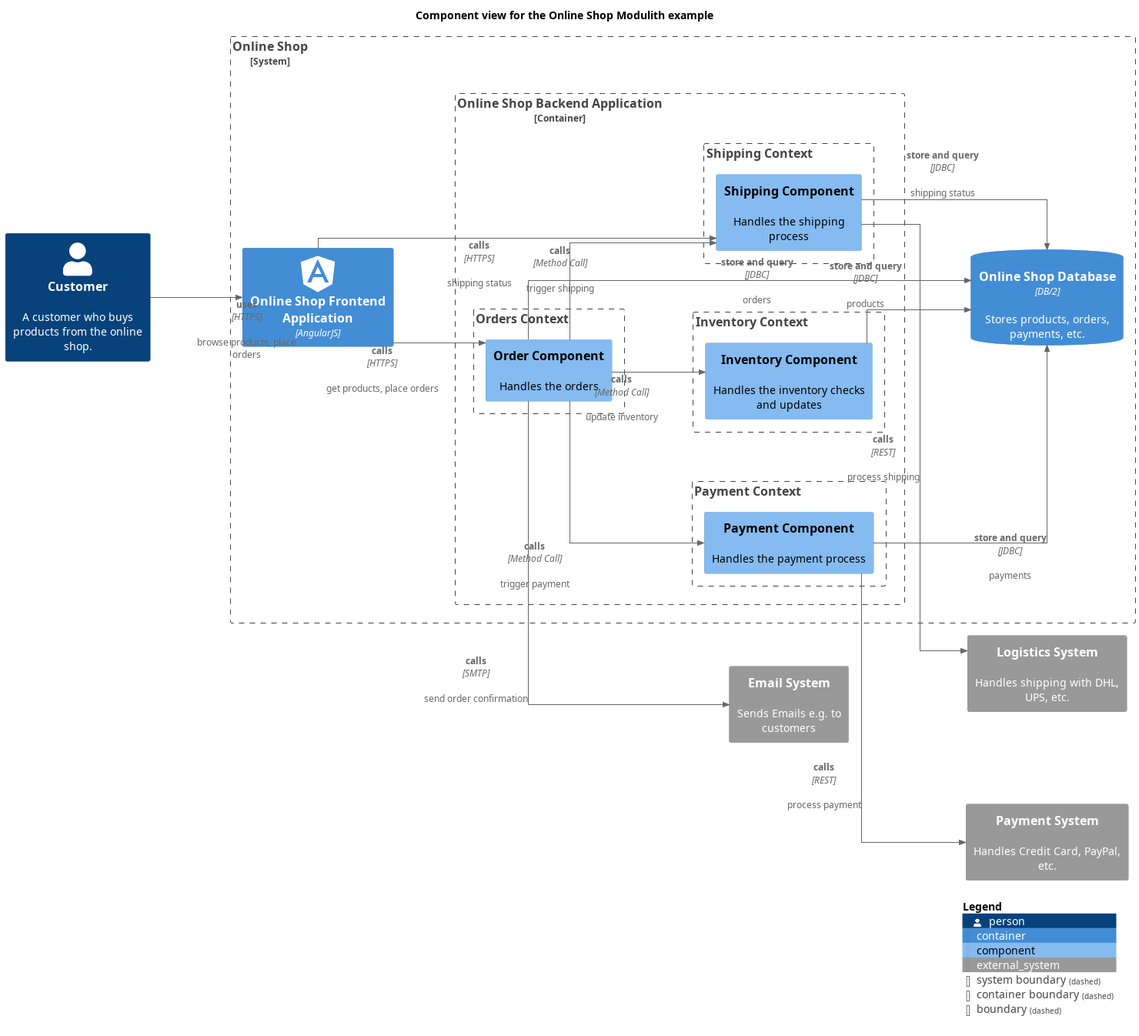
Earlier version of the PlantUML export docs/software-development/architecture/example/modulith/component-view.png (lsolbach/overarch-models). Source of this version:
```plantuml
@startuml component-view
!include <C4/C4_Component.puml>
!include <awslib14/AWSCommon>
!include <awslib14/AWSC4Integration>
!include <azure/AzureCommon>
!include <azure/AzureC4Integration>
!include <tupadr3/common>
!include <tupadr3/devicons2/angularjs>


LAYOUT_LEFT_RIGHT()
skinparam linetype ortho


skinparam nodesep 120
skinparam ranksep 120
title Component view for the Online Shop Modulith example
System_Ext(softwareDevelopment_architecture_example_modulith_emailSystem, "Email System", $descr="Sends Emails e.g. to customers")
System_Boundary(softwareDevelopment_architecture_example_modulith_onlineShopSystem, "Online Shop") {
  Container(softwareDevelopment_architecture_example_modulith_onlineShopFrontend, "Online Shop Frontend Application", $techn="AngularJS", $sprite="angularjs")
  Container_Boundary(softwareDevelopment_architecture_example_modulith_onlineShopBackend, "Online Shop Backend Application") {
    Boundary(softwareDevelopment_architecture_example_modulith_inventory, "Inventory Context") {
      Component(softwareDevelopment_architecture_example_modulith_inventoryComponent, "Inventory Component", $descr="Handles the inventory checks and updates")
    }
    Boundary(softwareDevelopment_architecture_example_modulith_payment, "Payment Context") {
      Component(softwareDevelopment_architecture_example_modulith_paymentComponent, "Payment Component", $descr="Handles the payment process")
    }
    Boundary(softwareDevelopment_architecture_example_modulith_orders, "Orders Context") {
      Component(softwareDevelopment_architecture_example_modulith_orderComponent, "Order Component", $descr="Handles the orders")
    }
    Boundary(softwareDevelopment_architecture_example_modulith_shipping, "Shipping Context") {
      Component(softwareDevelopment_architecture_example_modulith_shippingComponent, "Shipping Component", $descr="Handles the shipping process")
    }
  }
  ContainerDb(softwareDevelopment_architecture_example_modulith_onlineShopDb, "Online Shop Database", $descr="Stores products, orders, payments, etc.", $techn="DB/2")
}
Person(softwareDevelopment_architecture_example_modulith_customer, "Customer", $descr="A customer who buys products from the online shop.")
System_Ext(softwareDevelopment_architecture_example_modulith_logisticsSystem, "Logistics System", $descr="Handles shipping with DHL, UPS, etc.")
System_Ext(softwareDevelopment_architecture_example_modulith_paymentSystem, "Payment System", $descr="Handles Credit Card, PayPal, etc.")
Rel(softwareDevelopment_architecture_example_modulith_orderComponent, softwareDevelopment_architecture_example_modulith_shippingComponent, "calls", $descr="trigger shipping", $techn="Method Call")
Rel(softwareDevelopment_architecture_example_modulith_shippingComponent, softwareDevelopment_architecture_example_modulith_logisticsSystem, "calls", $descr="process shipping", $techn="REST")
Rel(softwareDevelopment_architecture_example_modulith_orderComponent, softwareDevelopment_architecture_example_modulith_inventoryComponent, "calls", $descr="update inventory", $techn="Method Call")
Rel(softwareDevelopment_architecture_example_modulith_inventoryComponent, softwareDevelopment_architecture_example_modulith_onlineShopDb, "store and query", $descr="products", $techn="JDBC")
Rel(softwareDevelopment_architecture_example_modulith_paymentComponent, softwareDevelopment_architecture_example_modulith_onlineShopDb, "store and query", $descr="payments", $techn="JDBC")
Rel(softwareDevelopment_architecture_example_modulith_customer, softwareDevelopment_architecture_example_modulith_onlineShopFrontend, "uses", $descr="browse products, place orders", $techn="HTTPS")
Rel(softwareDevelopment_architecture_example_modulith_orderComponent, softwareDevelopment_architecture_example_modulith_paymentComponent, "calls", $descr="trigger payment", $techn="Method Call")
Rel(softwareDevelopment_architecture_example_modulith_orderComponent, softwareDevelopment_architecture_example_modulith_onlineShopDb, "store and query", $descr="orders", $techn="JDBC")
Rel(softwareDevelopment_architecture_example_modulith_paymentComponent, softwareDevelopment_architecture_example_modulith_paymentSystem, "calls", $descr="process payment", $techn="REST")
Rel(softwareDevelopment_architecture_example_modulith_onlineShopFrontend, softwareDevelopment_architecture_example_modulith_shippingComponent, "calls", $descr="shipping status", $techn="HTTPS")
Rel(softwareDevelopment_architecture_example_modulith_shippingComponent, softwareDevelopment_architecture_example_modulith_onlineShopDb, "store and query", $descr="shipping status", $techn="JDBC")
Rel(softwareDevelopment_architecture_example_modulith_orderComponent, softwareDevelopment_architecture_example_modulith_emailSystem, "calls", $descr="send order confirmation", $techn="SMTP")
Rel(softwareDevelopment_architecture_example_modulith_onlineShopFrontend, softwareDevelopment_architecture_example_modulith_orderComponent, "calls", $descr="get products, place orders", $techn="HTTPS")
SHOW_LEGEND()
@enduml
```
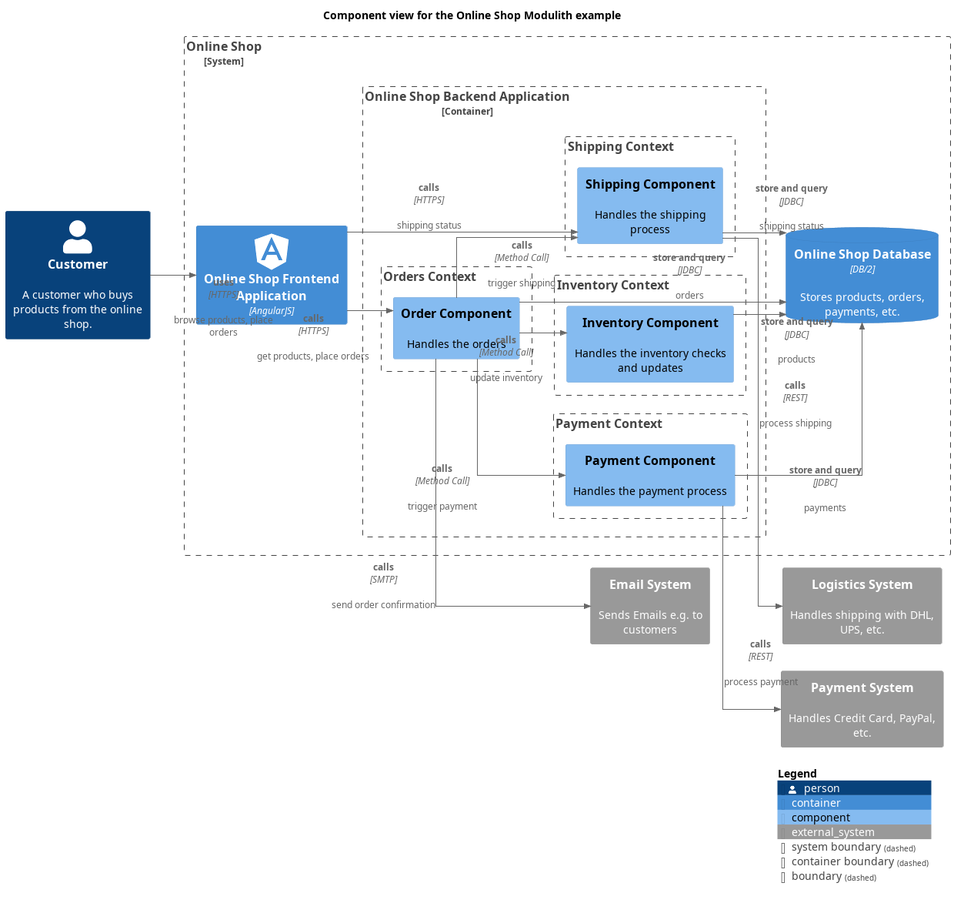
After the change.

The edit, as a diff of the source:
```diff
@@ -12,8 +12,7 @@
 skinparam linetype ortho
 
 
-skinparam nodesep 120
-skinparam ranksep 120
+
 title Component view for the Online Shop Modulith example
 System_Ext(softwareDevelopment_architecture_example_modulith_emailSystem, "Email System", $descr="Sends Emails e.g. to customers")
 System_Boundary(softwareDevelopment_architecture_example_modulith_onlineShopSystem, "Online Shop") {
@@ -37,18 +36,18 @@
 Person(softwareDevelopment_architecture_example_modulith_customer, "Customer", $descr="A customer who buys products from the online shop.")
 System_Ext(softwareDevelopment_architecture_example_modulith_logisticsSystem, "Logistics System", $descr="Handles shipping with DHL, UPS, etc.")
 System_Ext(softwareDevelopment_architecture_example_modulith_paymentSystem, "Payment System", $descr="Handles Credit Card, PayPal, etc.")
-Rel(softwareDevelopment_architecture_example_modulith_orderComponent, softwareDevelopment_architecture_example_modulith_shippingComponent, "calls", $descr="trigger shipping", $techn="Method Call")
 Rel(softwareDevelopment_architecture_example_modulith_shippingComponent, softwareDevelopment_architecture_example_modulith_logisticsSystem, "calls", $descr="process shipping", $techn="REST")
 Rel(softwareDevelopment_architecture_example_modulith_orderComponent, softwareDevelopment_architecture_example_modulith_inventoryComponent, "calls", $descr="update inventory", $techn="Method Call")
+Rel(softwareDevelopment_architecture_example_modulith_orderComponent, softwareDevelopment_architecture_example_modulith_shippingComponent, "calls", $descr="trigger shipping", $techn="Method Call")
+Rel(softwareDevelopment_architecture_example_modulith_shippingComponent, softwareDevelopment_architecture_example_modulith_onlineShopDb, "store and query", $descr="shipping status", $techn="JDBC")
+Rel(softwareDevelopment_architecture_example_modulith_customer, softwareDevelopment_architecture_example_modulith_onlineShopFrontend, "uses", $descr="browse products, place orders", $techn="HTTPS")
+Rel(softwareDevelopment_architecture_example_modulith_orderComponent, softwareDevelopment_architecture_example_modulith_emailSystem, "calls", $descr="send order confirmation", $techn="SMTP")
+Rel(softwareDevelopment_architecture_example_modulith_paymentComponent, softwareDevelopment_architecture_example_modulith_onlineShopDb, "store and query", $descr="payments", $techn="JDBC")
+Rel(softwareDevelopment_architecture_example_modulith_onlineShopFrontend, softwareDevelopment_architecture_example_modulith_orderComponent, "calls", $descr="get products, place orders", $techn="HTTPS")
+Rel(softwareDevelopment_architecture_example_modulith_orderComponent, softwareDevelopment_architecture_example_modulith_onlineShopDb, "store and query", $descr="orders", $techn="JDBC")
 Rel(softwareDevelopment_architecture_example_modulith_inventoryComponent, softwareDevelopment_architecture_example_modulith_onlineShopDb, "store and query", $descr="products", $techn="JDBC")
-Rel(softwareDevelopment_architecture_example_modulith_paymentComponent, softwareDevelopment_architecture_example_modulith_onlineShopDb, "store and query", $descr="payments", $techn="JDBC")
-Rel(softwareDevelopment_architecture_example_modulith_customer, softwareDevelopment_architecture_example_modulith_onlineShopFrontend, "uses", $descr="browse products, place orders", $techn="HTTPS")
+Rel(softwareDevelopment_architecture_example_modulith_paymentComponent, softwareDevelopment_architecture_example_modulith_paymentSystem, "calls", $descr="process payment", $techn="REST")
 Rel(softwareDevelopment_architecture_example_modulith_orderComponent, softwareDevelopment_architecture_example_modulith_paymentComponent, "calls", $descr="trigger payment", $techn="Method Call")
-Rel(softwareDevelopment_architecture_example_modulith_orderComponent, softwareDevelopment_architecture_example_modulith_onlineShopDb, "store and query", $descr="orders", $techn="JDBC")
-Rel(softwareDevelopment_architecture_example_modulith_paymentComponent, softwareDevelopment_architecture_example_modulith_paymentSystem, "calls", $descr="process payment", $techn="REST")
 Rel(softwareDevelopment_architecture_example_modulith_onlineShopFrontend, softwareDevelopment_architecture_example_modulith_shippingComponent, "calls", $descr="shipping status", $techn="HTTPS")
-Rel(softwareDevelopment_architecture_example_modulith_shippingComponent, softwareDevelopment_architecture_example_modulith_onlineShopDb, "store and query", $descr="shipping status", $techn="JDBC")
-Rel(softwareDevelopment_architecture_example_modulith_orderComponent, softwareDevelopment_architecture_example_modulith_emailSystem, "calls", $descr="send order confirmation", $techn="SMTP")
-Rel(softwareDevelopment_architecture_example_modulith_onlineShopFrontend, softwareDevelopment_architecture_example_modulith_orderComponent, "calls", $descr="get products, place orders", $techn="HTTPS")
 SHOW_LEGEND()
 @enduml
```
